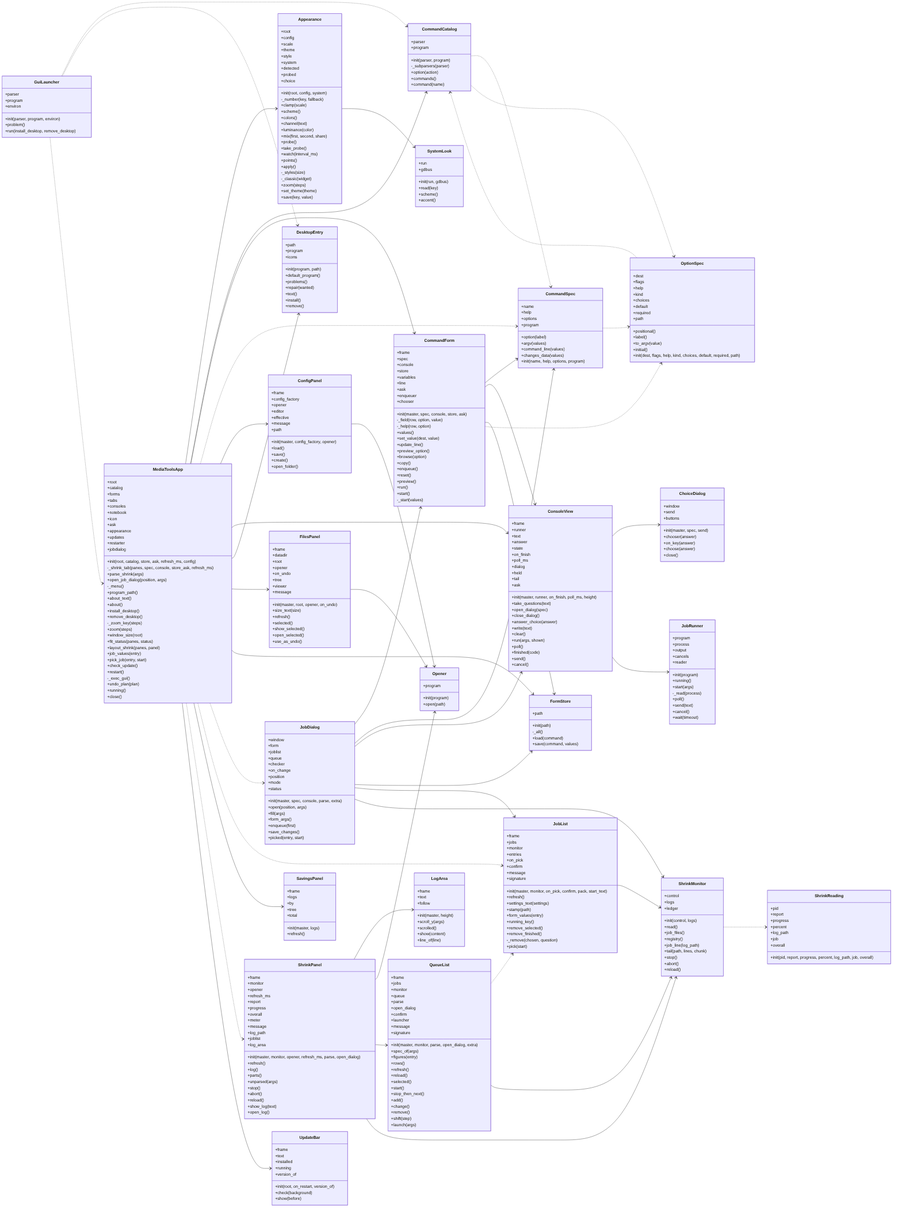
The Mermaid diagram docs/img/uml_gui.png in peddanet/mediatools, before a commit. Its source is kept beside it as docs/img/uml_gui.mmd.
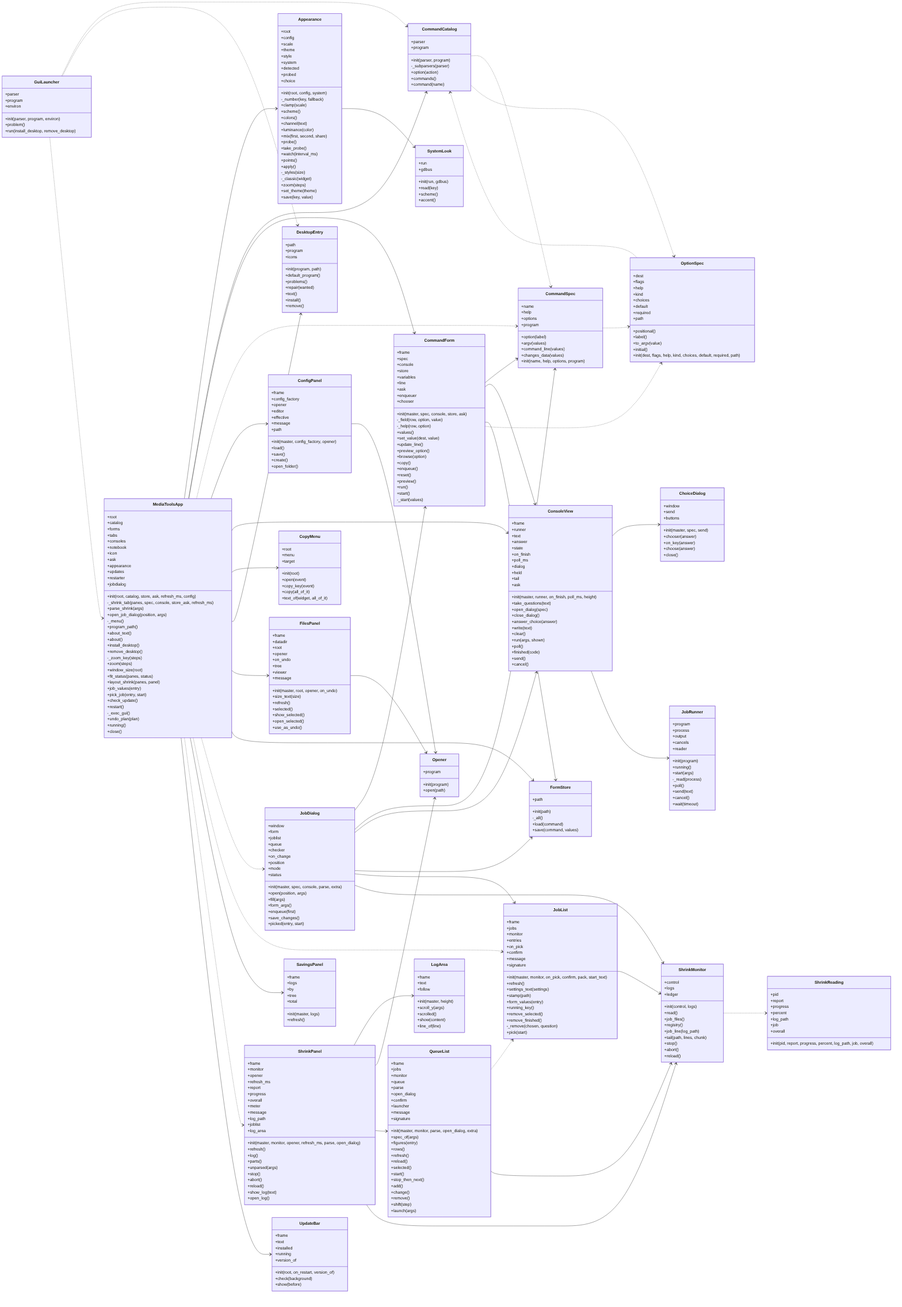
Later version of the same file.

Commit message:
Docs: bundle v20 tools, copy menu, CHANGELOG, API, diagram and PDFs

What changed in the source:
```diff
@@ -160,6 +160,16 @@
     +finished(code)
     +send()
     +cancel()
+  }
+  class CopyMenu {
+    +root
+    +menu
+    +target
+    +init(root)
+    +open(event)
+    +copy_key(event)
+    +copy(all_of_it)
+    +text_of(widget, all_of_it)
   }
   class DesktopEntry {
     +path
@@ -395,6 +405,7 @@
   MediaToolsApp ..> CommandSpec
   MediaToolsApp --> ConfigPanel
   MediaToolsApp --> ConsoleView
+  MediaToolsApp --> CopyMenu
   MediaToolsApp --> DesktopEntry
   MediaToolsApp --> FilesPanel
   MediaToolsApp --> FormStore
```
